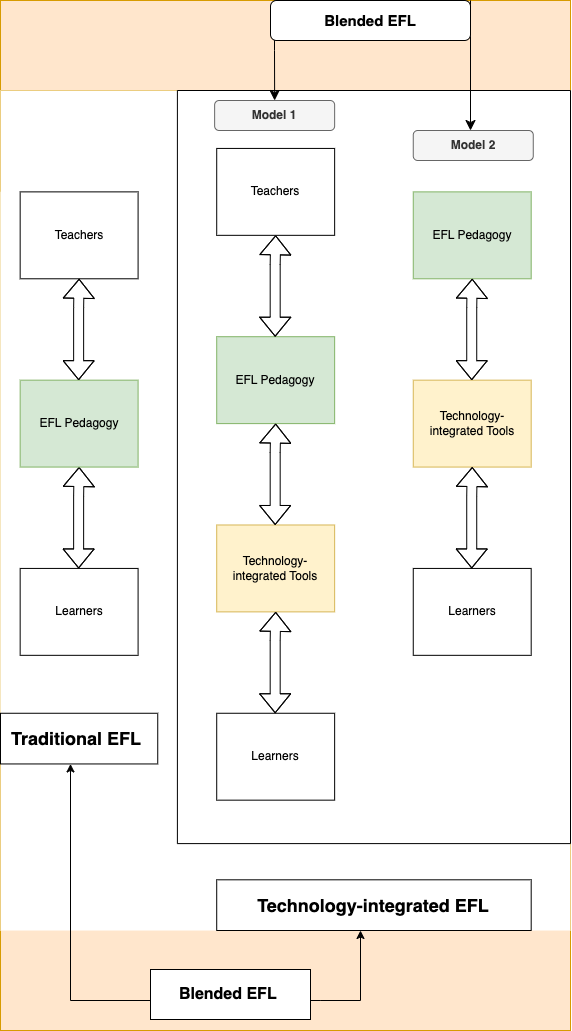
Gracetyty/Digital_Edu_Text_Mining keeps this draw.io diagram as review_framework.png. Above is the earlier version. Source tidied: cells renumbered, new cells last; positions are measured from the earlier drawing's top-left corner, leaving out a move shared by most shapes.
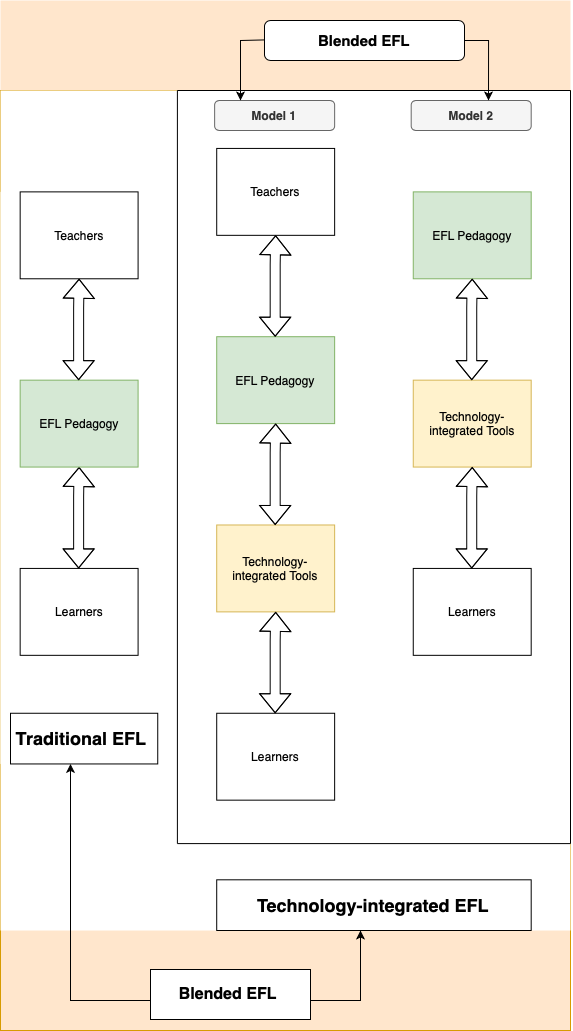
Later version of the same file.

Diff of the diagram source:
```diff
@@ -2,10 +2,10 @@
   <root>
     <mxCell id="0" />
     <mxCell id="1" parent="0" />
-    <mxCell id="2" style="group;fillColor=#ffe6cc;strokeColor=#d79b00;" parent="1" vertex="1">
+    <mxCell id="2" style="group;fillColor=#ffe6cc;strokeColor=none;" parent="1" vertex="1">
       <mxGeometry width="570" height="1030" as="geometry" />
     </mxCell>
-    <mxCell id="3" style="group;" parent="2" vertex="1">
+    <mxCell id="3" style="group;fillColor=default;" parent="2" vertex="1">
       <mxGeometry y="90" width="570" height="940" as="geometry" />
     </mxCell>
     <mxCell id="4" style="group;fillColor=#ffe6cc;strokeColor=#d79b00;" parent="3" vertex="1">
@@ -138,7 +138,7 @@
       </mxGeometry>
     </mxCell>
     <mxCell id="29" value="&lt;h2&gt;&lt;b&gt;Traditional EFL&amp;nbsp;&lt;/b&gt;&lt;/h2&gt;" style="rounded=0;whiteSpace=wrap;html=1;" parent="3" vertex="1">
-      <mxGeometry y="622.8" width="157.2" height="50.7" as="geometry" />
+      <mxGeometry x="10" y="622.8" width="147.2" height="50.7" as="geometry" />
     </mxCell>
     <mxCell id="30" value="&lt;b&gt;&lt;font style=&quot;font-size: 16px;&quot;&gt;Blended EFL&amp;nbsp;&lt;/font&gt;&lt;/b&gt;" style="rounded=0;whiteSpace=wrap;html=1;" parent="3" vertex="1">
       <mxGeometry x="150" y="879" width="160" height="50" as="geometry" />
@@ -147,7 +147,7 @@
       <mxGeometry x="214.1" y="10" width="120" height="30" as="geometry" />
     </mxCell>
     <mxCell id="32" value="&lt;b&gt;Model 2&lt;/b&gt;" style="rounded=1;whiteSpace=wrap;html=1;fillColor=#f5f5f5;fontColor=#333333;strokeColor=#666666;" parent="3" vertex="1">
-      <mxGeometry x="412.8" y="40" width="120" height="30" as="geometry" />
+      <mxGeometry x="410.7" y="10" width="120" height="30" as="geometry" />
     </mxCell>
     <mxCell id="33" style="endArrow=classic;html=1;rounded=0;" parent="3" edge="1">
       <mxGeometry relative="1" as="geometry">
@@ -170,22 +170,25 @@
         </Array>
       </mxGeometry>
     </mxCell>
-    <mxCell id="35" style="endArrow=classic;html=1;rounded=0;fontSize=12;startSize=8;endSize=8;curved=1;entryX=0.5;entryY=0;entryDx=0;entryDy=0;" parent="3" edge="1" target="31">
-      <mxGeometry relative="1" as="geometry">
-        <mxPoint x="274" y="-90" as="sourcePoint" />
-        <Array as="points">
-          <mxPoint x="274" y="-40" />
-        </Array>
-      </mxGeometry>
-    </mxCell>
-    <mxCell id="36" style="endArrow=classic;html=1;rounded=0;fontSize=12;startSize=8;endSize=8;curved=1;" parent="2" edge="1">
-      <mxGeometry relative="1" as="geometry">
-        <mxPoint x="470" as="sourcePoint" />
-        <mxPoint x="470" y="130" as="targetPoint" />
-      </mxGeometry>
-    </mxCell>
+    <mxCell id="38" style="edgeStyle=orthogonalEdgeStyle;rounded=0;jettySize=auto;html=1;exitX=1;exitY=0.5;exitDx=0;exitDy=0;" parent="3" edge="1" source="37">
+      <mxGeometry relative="1" as="geometry">
+        <mxPoint x="488" y="10" as="targetPoint" />
+        <Array as="points">
+          <mxPoint x="488" y="-50" />
+        </Array>
+      </mxGeometry>
+    </mxCell>
     <mxCell id="37" value="&lt;span&gt;&lt;font style=&quot;font-size: 15px;&quot;&gt;Blended EFL&lt;/font&gt;&lt;/span&gt;" style="rounded=1;whiteSpace=wrap;html=1;fontStyle=1;" parent="2" vertex="1">
-      <mxGeometry x="270" width="200" height="40" as="geometry" />
+      <mxGeometry x="264" y="20" width="200" height="40" as="geometry" />
     </mxCell>
+    <mxCell id="39" style="endArrow=classic;html=1;rounded=0;exitX=0;exitY=0.5;exitDx=0;exitDy=0;" parent="2" edge="1">
+      <mxGeometry relative="1" as="geometry">
+        <mxPoint x="264" y="39.4" as="sourcePoint" />
+        <mxPoint x="240" y="100" as="targetPoint" />
+        <Array as="points">
+          <mxPoint x="240" y="40" />
+        </Array>
+      </mxGeometry>
+    </mxCell>
   </root>
 </mxGraphModel>
```
